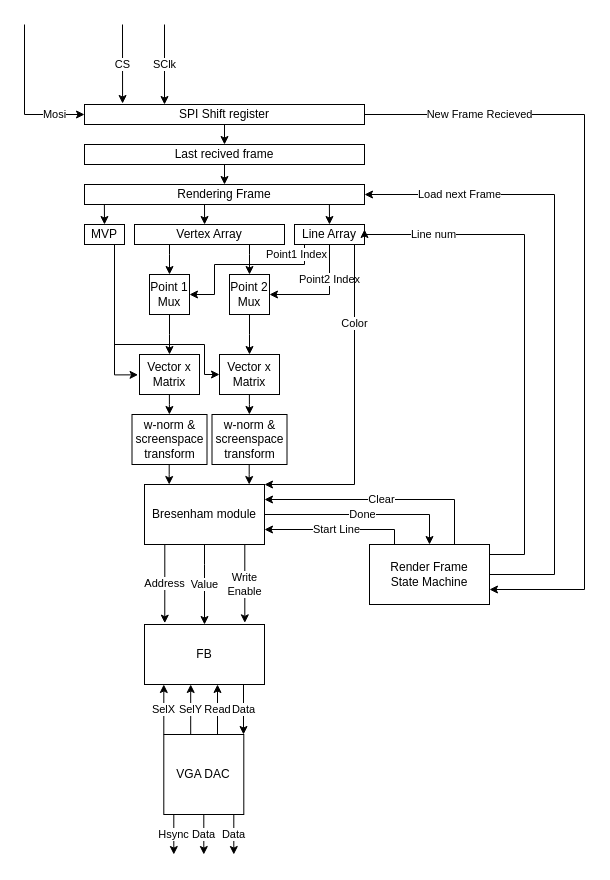
The draw.io diagram fpga/Minimal_FPGA_implementation_chart.drawio in halworsen/tdt4295-grafikk, before the edit. Source tidied: cells renumbered, new cells numbered last; positions are measured from the earlier drawing's top-left corner, leaving out a move shared by most shapes. Both pictures are drawn from the tidied source at 100%, with x=0, y=0 at pixel (24, 24).
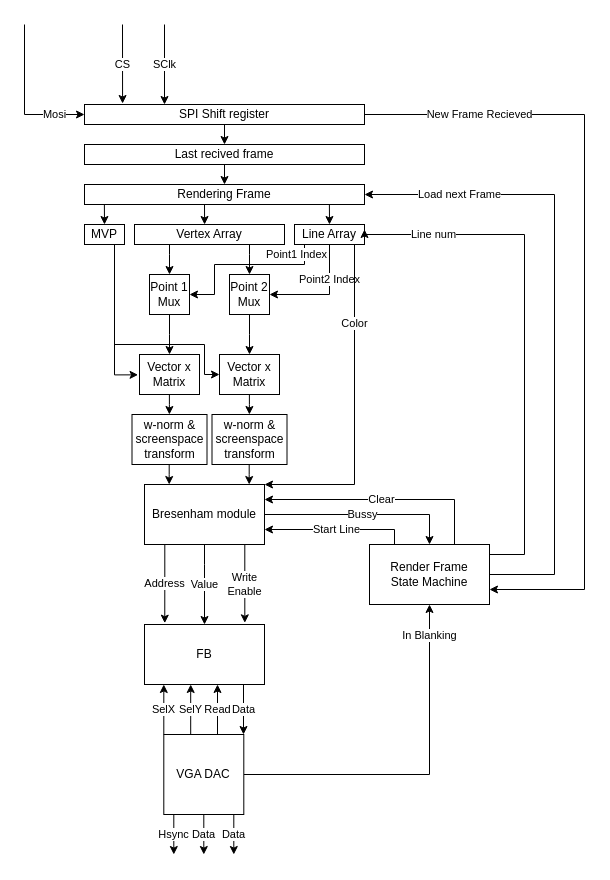
After the change.

Unchanged cells that the change refers to:
```xml
<mxCell id="33" value="Bresenham module" style="rounded=0;whiteSpace=wrap;html=1;" parent="1" vertex="1">
  <mxGeometry x="120" y="460" width="120" height="60" as="geometry" />
</mxCell>
<mxCell id="38" value="VGA DAC" style="whiteSpace=wrap;html=1;" parent="1" vertex="1">
  <mxGeometry x="139.3" y="710" width="80" height="80" as="geometry" />
</mxCell>
<mxCell id="43" value="&lt;div&gt;Render Frame&lt;/div&gt;&lt;div&gt; State Machine&lt;/div&gt;" style="rounded=0;whiteSpace=wrap;html=1;" parent="1" vertex="1">
  <mxGeometry x="345" y="520" width="120" height="60" as="geometry" />
</mxCell>
```

The edit, as a diff of the source:
```diff
@@
-    <mxCell id="31" value="Done" style="edgeStyle=orthogonalEdgeStyle;rounded=0;jettySize=auto;html=1;entryX=0.5;entryY=0;entryDx=0;entryDy=0;" parent="1" edge="1" source="33" target="43">
+    <mxCell id="31" value="Bussy" style="edgeStyle=orthogonalEdgeStyle;rounded=0;jettySize=auto;html=1;entryX=0.5;entryY=0;entryDx=0;entryDy=0;" parent="1" edge="1" source="33" target="43">
       <mxGeometry relative="1" as="geometry" />
     </mxCell>
@@
+    <mxCell id="56" value="In Blanking" style="edgeStyle=orthogonalEdgeStyle;rounded=0;jettySize=auto;html=1;entryX=0.5;entryY=1;entryDx=0;entryDy=0;" parent="1" edge="1" source="38" target="43">
+      <mxGeometry x="0.83" relative="1" as="geometry" />
+    </mxCell>
```
